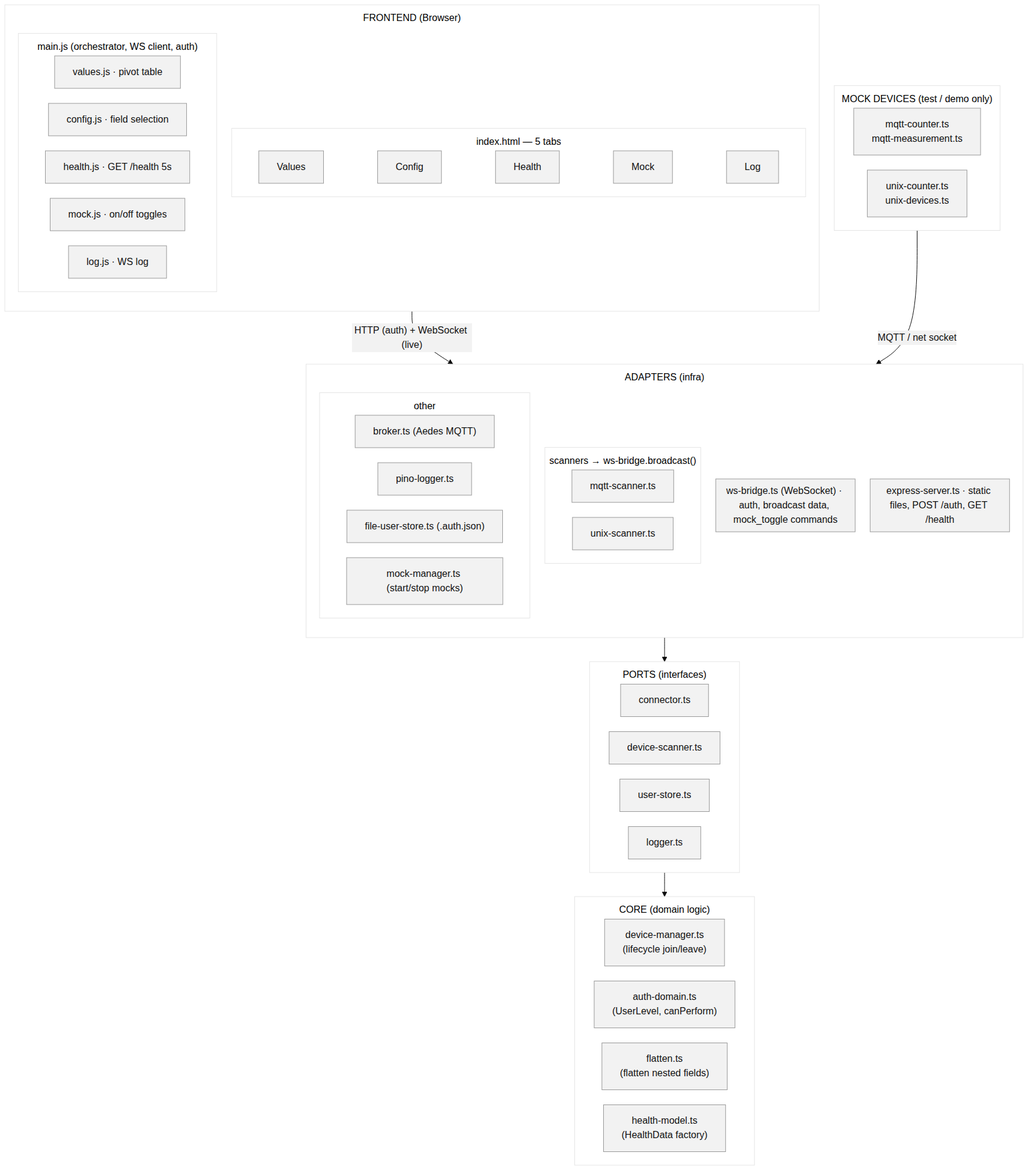
The Mermaid diagram documentation/images/component-diagram.png in JuriPospelow/advancedGUI, before a commit. Its source is kept beside it as documentation/images/docs-scripts/component-diagram.mmd.
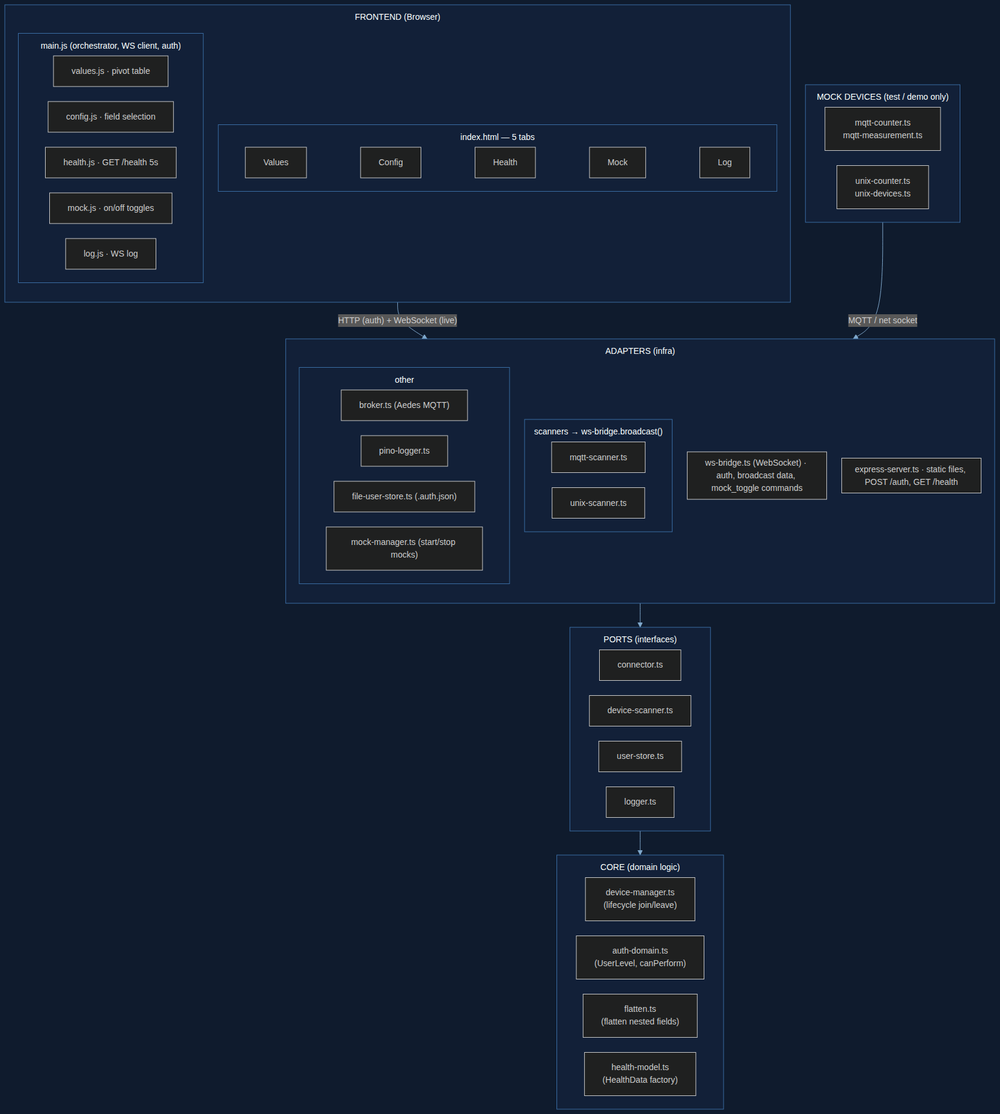
Later version of the same file.

Commit message:
docs: switch component diagram to dark navy background via mermaid dark theme

What changed in the source:
```diff
@@ -1,4 +1,4 @@
-%%{init: {"theme":"base","themeVariables":{"primaryColor":"#f2f2f2","primaryBorderColor":"#999999","primaryTextColor":"#111"},"flowchart":{"rankDir":"TB","nodeSpacing":25,"rankSpacing":40,"useMaxWidth":false,"subGraphTitleMargin":{"top":10,"bottom":5}}}}%%
+%%{init: {"theme":"dark","themeVariables":{"background":"#0f1b2d","primaryColor":"#16233c","primaryBorderColor":"#3b6ea5","primaryTextColor":"#e6edf5","clusterBkg":"#122038","clusterBorder":"#3b6ea5","lineColor":"#7fa8cc","fontSize":"14px"},"flowchart":{"rankDir":"TB","nodeSpacing":25,"rankSpacing":40,"useMaxWidth":false,"subGraphTitleMargin":{"top":10,"bottom":5}}}}%%
 
 flowchart TB
     subgraph FE["FRONTEND (Browser)"]
```
